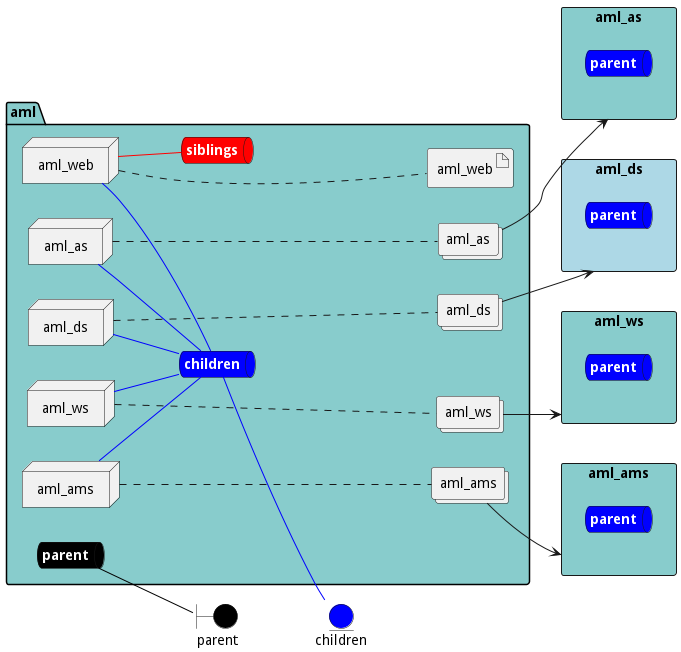
Above: docs/edgemere/aml/envs/dev/deployment.png in madajaju/edgemere (PlantUML), before the change.
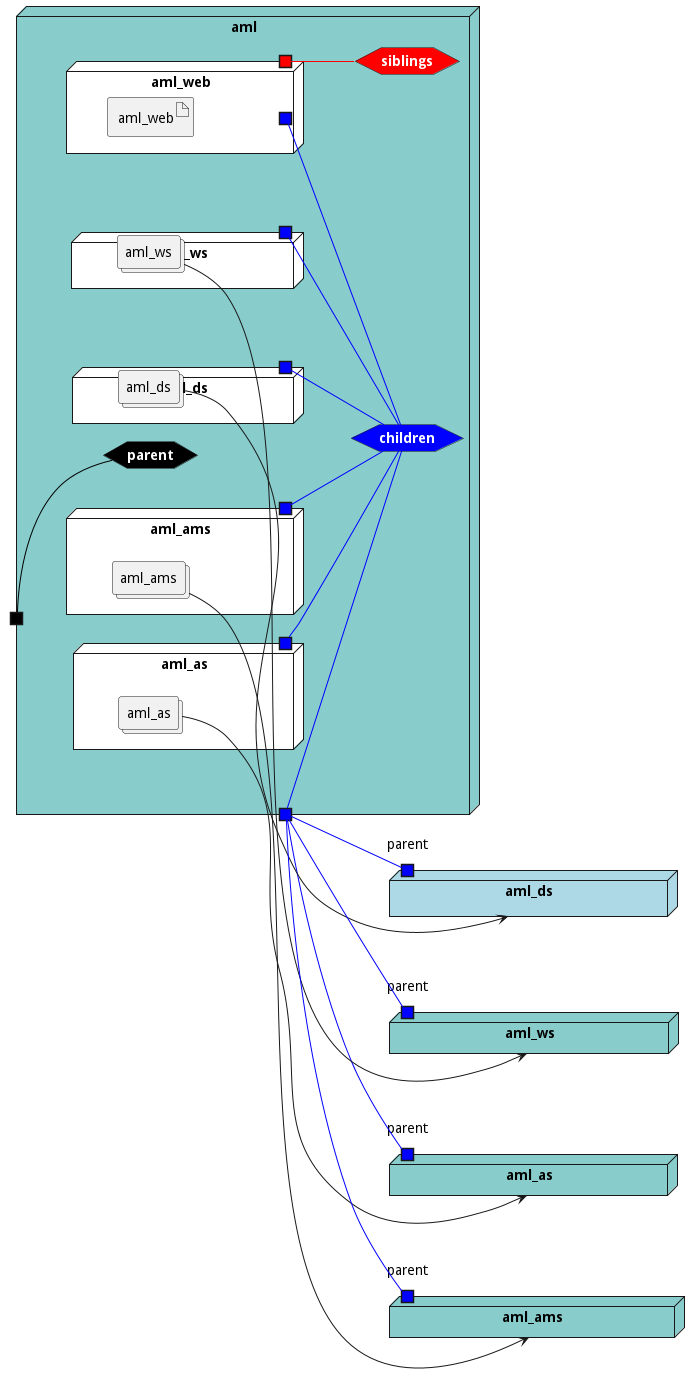
Later version of the same file.

What changed in the source:
```diff
@@ -3,91 +3,101 @@
 left to right direction
 
 
-boundary parent #black
 
 
-entity children #blue
-
-rectangle "aml_as" as aml_asStack #88cccc {
-    queue aml_asStacksnet #blue [
-        <b><color:white>parent</color></b>
-    ]
+node "aml_as" as aml_asStack #88cccc {
+    portin "parent" as aml_asStackPortIn #blue
 }
-rectangle "aml_ds" as aml_dsStack #lightblue {
-    queue aml_dsStacksnet #blue [
-        <b><color:white>parent</color></b>
-    ]
+node "aml_ds" as aml_dsStack #lightblue {
+    portin "parent" as aml_dsStackPortIn #blue
 }
-rectangle "aml_ws" as aml_wsStack #88cccc {
-    queue aml_wsStacksnet #blue [
-        <b><color:white>parent</color></b>
-    ]
+node "aml_ws" as aml_wsStack #88cccc {
+    portin "parent" as aml_wsStackPortIn #blue
 }
-rectangle "aml_ams" as aml_amsStack #88cccc {
-    queue aml_amsStacksnet #blue [
-        <b><color:white>parent</color></b>
-    ]
+node "aml_ams" as aml_amsStack #88cccc {
+    portin "parent" as aml_amsStackPortIn #blue
 }
 
 
 
-package "aml" #88cccc {
-    queue parentnet #black [
+node "aml" #88cccc {
+
+
+    hexagon parentnet #black [
             <b><color:white>parent</color></b>
     ]
 
-    parentnet -[#black]- parent
+    portin " " as parentnetPortIn #black
+    parentnetPortIn -[#black]- parentnet
 
-    queue childrennet #blue [
+    hexagon childrennet #blue [
             <b><color:white>children</color></b>
     ]
 
-    childrennet -[#blue]- children
+    portout " " as childrennetPortOut #blue
+    childrennet -[#blue]- childrennetPortOut
 
-    queue siblingsnet #red [
+    hexagon siblingsnet #red [
             <b><color:white>siblings</color></b>
     ]
 
 
-node "aml_web" as aml_webService
-node "aml_as" as aml_asService
-node "aml_ds" as aml_dsService
-node "aml_ws" as aml_wsService
-node "aml_ams" as aml_amsService
+node "aml_web" as aml_webService #white {
+    portOut " " as aml_webServicechildrennet #blue
+   aml_webServicechildrennet -[#blue]- childrennet
+       portOut " " as aml_webServicesiblingsnet #red
+   aml_webServicesiblingsnet -[#red]- siblingsnet
 
 
-        artifact "aml_web" as aml_webimage
-            collections "aml_as" as aml_asimage
-            collections "aml_ds" as aml_dsimage
-            collections "aml_ws" as aml_wsimage
-            collections "aml_ams" as aml_amsimage
+    artifact "aml_web" as aml_webimage
+
+}
+node "aml_as" as aml_asService #white {
+    portOut " " as aml_asServicechildrennet #blue
+   aml_asServicechildrennet -[#blue]- childrennet
+
+    collections "aml_as" as aml_asimage
+
+}
+node "aml_ds" as aml_dsService #white {
+    portOut " " as aml_dsServicechildrennet #blue
+   aml_dsServicechildrennet -[#blue]- childrennet
+
+    collections "aml_ds" as aml_dsimage
+
+}
+node "aml_ws" as aml_wsService #white {
+    portOut " " as aml_wsServicechildrennet #blue
+   aml_wsServicechildrennet -[#blue]- childrennet
+
+    collections "aml_ws" as aml_wsimage
+
+}
+node "aml_ams" as aml_amsService #white {
+    portOut " " as aml_amsServicechildrennet #blue
+   aml_amsServicechildrennet -[#blue]- childrennet
+
+    collections "aml_ams" as aml_amsimage
 
 }
 
-aml_webService -[#blue]- childrennet
-
-aml_webService -[#red]- siblingsnet
-
-aml_asService -[#blue]- childrennet
-
-aml_dsService -[#blue]- childrennet
-
-aml_wsService -[#blue]- childrennet
-
-aml_amsService -[#blue]- childrennet
-aml_webService .... aml_webimage
-aml_asService .... aml_asimage
-aml_dsService .... aml_dsimage
-aml_wsService .... aml_wsimage
-aml_amsService .... aml_amsimage
+}
 
 aml_asimage --> aml_asStack
 
+    childrennetPortOut -[#blue]- aml_asStackPortIn
+
 aml_dsimage --> aml_dsStack
+
+    childrennetPortOut -[#blue]- aml_dsStackPortIn
 
 aml_wsimage --> aml_wsStack
 
+    childrennetPortOut -[#blue]- aml_wsStackPortIn
+
 aml_amsimage --> aml_amsStack
+
+    childrennetPortOut -[#blue]- aml_amsStackPortIn
 
 
 @enduml
```
